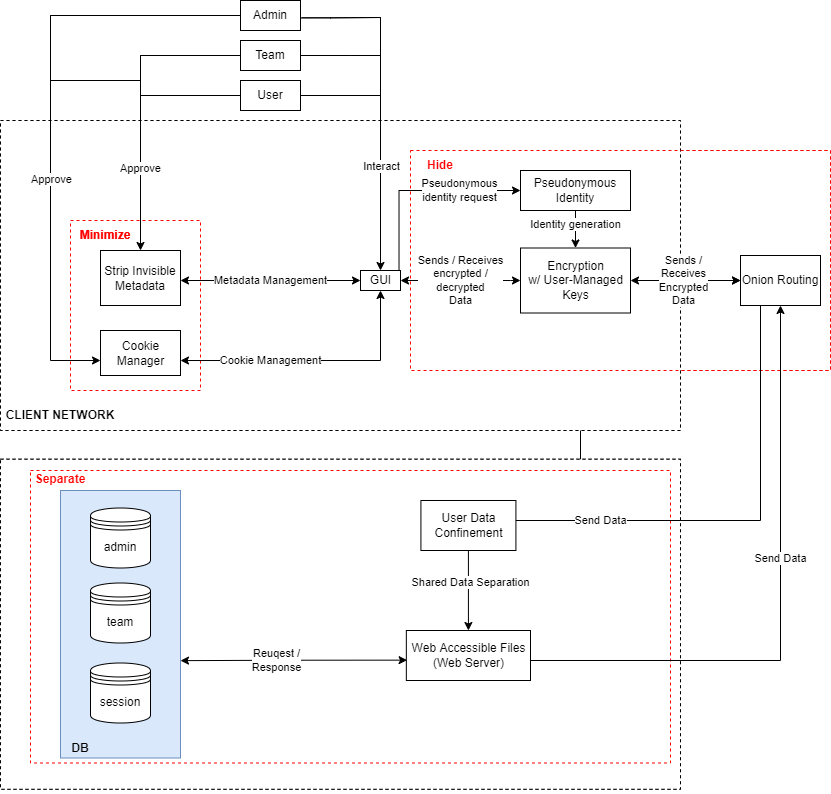
Before: Architectural_Requirements_Data_oriented.drawio.png, a diagram exported from draw.io (claudialorusso/CivicSense). Source tidied: cells renumbered, new cells last; positions are measured from the earlier drawing's top-left corner, leaving out a move shared by most shapes.
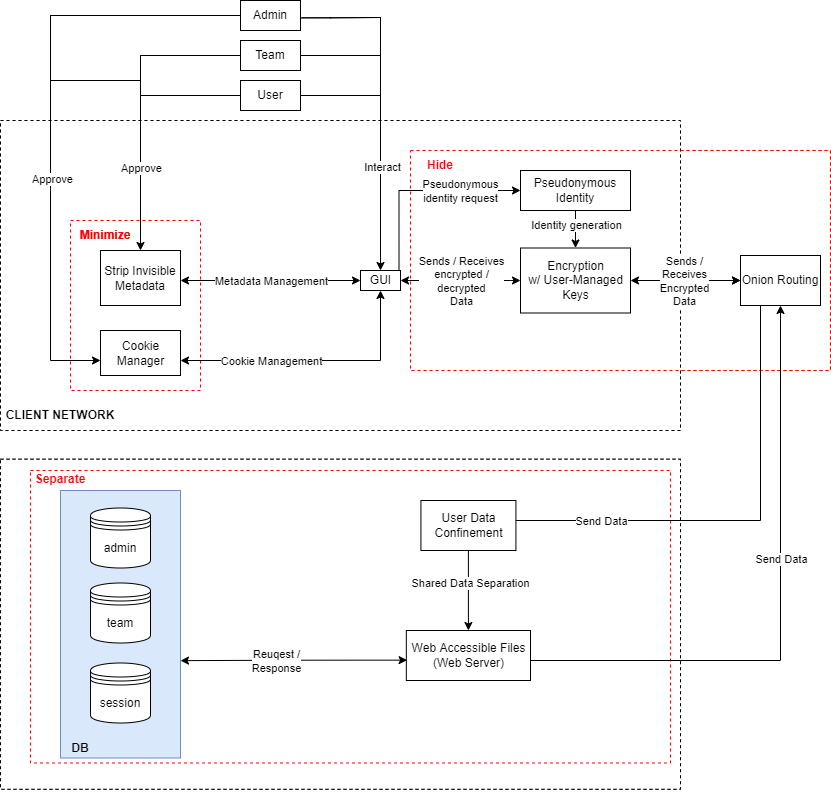
After the commit.

Change to the diagram source:
```diff
@@ -64,19 +64,6 @@
     <mxCell id="15" value="Cookie&lt;br&gt;Manager" style="html=1;" parent="1" vertex="1">
       <mxGeometry x="100" y="330" width="80" height="45" as="geometry" />
     </mxCell>
-    <mxCell id="16" style="edgeStyle=orthogonalEdgeStyle;rounded=0;jettySize=auto;html=1;fontColor=#000000;startArrow=none;startFill=0;endArrow=classic;endFill=1;startSize=6;endSize=6;" parent="1" edge="1" source="18" target="21">
-      <mxGeometry relative="1" as="geometry">
-        <Array as="points">
-          <mxPoint x="580" y="510" />
-          <mxPoint x="430" y="510" />
-        </Array>
-      </mxGeometry>
-    </mxCell>
-    <mxCell id="17" value="Shared Data Separation" style="edgeLabel;html=1;align=center;verticalAlign=middle;fontColor=#000000;" parent="16" vertex="1">
-      <mxGeometry x="0.36" y="1" relative="1" as="geometry">
-        <mxPoint x="30" as="offset" />
-      </mxGeometry>
-    </mxCell>
     <mxCell id="18" value="Encryption&lt;br&gt;w/ User-Managed&lt;br&gt;Keys" style="html=1;" parent="1" vertex="1">
       <mxGeometry x="520" y="247.5" width="110" height="65" as="geometry" />
     </mxCell>
```
